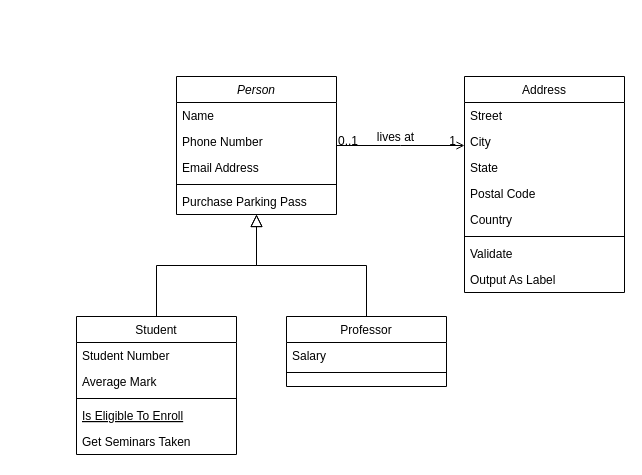
Earlier version of the draw.io diagram Untitled Diagram.drawio (Kmyasin5/Task-App). Source tidied: cells renumbered, new cells numbered last; positions are measured from the earlier drawing's top-left corner, leaving out a move shared by most shapes. Both pictures are drawn from the tidied source at 100%, with x=0, y=0 at pixel (76, 76).
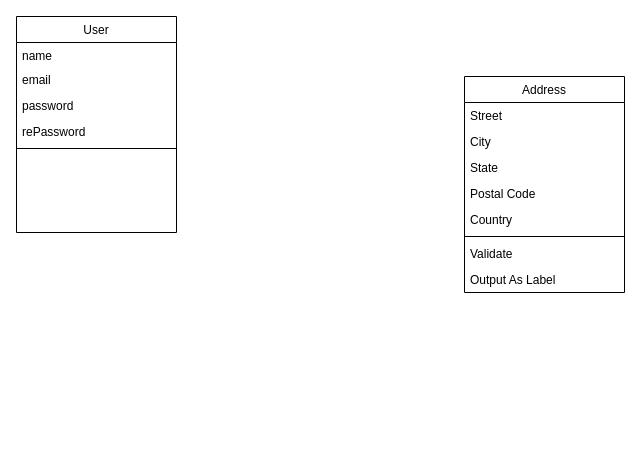
The same page after the edit.

Unchanged cells that the change refers to:
```xml
<mxCell id="19" value="Address" style="swimlane;fontStyle=0;align=center;verticalAlign=top;horizontal=1;startSize=26;rounded=0;shadow=0;strokeWidth=1;" parent="1" vertex="1">
  <mxGeometry x="388" width="160" height="216" as="geometry" />
</mxCell>
```

The edit, as a diff of the source:
```diff
@@
-    <mxCell id="2" value="Person" style="swimlane;fontStyle=2;align=center;verticalAlign=top;horizontal=1;startSize=26;rounded=0;shadow=0;strokeWidth=1;" parent="1" vertex="1">
-      <mxGeometry x="100" width="160" height="138" as="geometry" />
-    </mxCell>
-    <mxCell id="3" value="Name" style="text;align=left;verticalAlign=top;spacingLeft=4;spacingRight=4;overflow=hidden;" parent="2" vertex="1">
-      <mxGeometry y="26" width="160" height="26" as="geometry" />
-    </mxCell>
-    <mxCell id="4" value="Phone Number" style="text;align=left;verticalAlign=top;spacingLeft=4;spacingRight=4;overflow=hidden;rounded=0;shadow=0;html=0;" parent="2" vertex="1">
-      <mxGeometry y="52" width="160" height="26" as="geometry" />
-    </mxCell>
-    <mxCell id="5" value="Email Address" style="text;align=left;verticalAlign=top;spacingLeft=4;spacingRight=4;overflow=hidden;rounded=0;shadow=0;html=0;" parent="2" vertex="1">
-      <mxGeometry y="78" width="160" height="26" as="geometry" />
-    </mxCell>
-    <mxCell id="6" style="line;html=1;strokeWidth=1;align=left;verticalAlign=middle;spacingTop=-1;spacingLeft=3;spacingRight=3;labelPosition=right;" parent="2" vertex="1">
-      <mxGeometry y="104" width="160" height="8" as="geometry" />
-    </mxCell>
-    <mxCell id="7" value="Purchase Parking Pass" style="text;align=left;verticalAlign=top;spacingLeft=4;spacingRight=4;overflow=hidden;" parent="2" vertex="1">
-      <mxGeometry y="112" width="160" height="26" as="geometry" />
-    </mxCell>
-    <mxCell id="8" value="Student" style="swimlane;fontStyle=0;align=center;verticalAlign=top;horizontal=1;startSize=26;rounded=0;shadow=0;strokeWidth=1;" parent="1" vertex="1">
-      <mxGeometry y="240" width="160" height="138" as="geometry" />
-    </mxCell>
-    <mxCell id="9" value="Student Number" style="text;align=left;verticalAlign=top;spacingLeft=4;spacingRight=4;overflow=hidden;" parent="8" vertex="1">
-      <mxGeometry y="26" width="160" height="26" as="geometry" />
-    </mxCell>
-    <mxCell id="10" value="Average Mark" style="text;align=left;verticalAlign=top;spacingLeft=4;spacingRight=4;overflow=hidden;rounded=0;shadow=0;html=0;" parent="8" vertex="1">
-      <mxGeometry y="52" width="160" height="26" as="geometry" />
-    </mxCell>
-    <mxCell id="11" style="line;html=1;strokeWidth=1;align=left;verticalAlign=middle;spacingTop=-1;spacingLeft=3;spacingRight=3;labelPosition=right;" parent="8" vertex="1">
-      <mxGeometry y="78" width="160" height="8" as="geometry" />
-    </mxCell>
-    <mxCell id="12" value="Is Eligible To Enroll" style="text;align=left;verticalAlign=top;spacingLeft=4;spacingRight=4;overflow=hidden;fontStyle=4;" parent="8" vertex="1">
-      <mxGeometry y="86" width="160" height="26" as="geometry" />
-    </mxCell>
-    <mxCell id="13" value="Get Seminars Taken" style="text;align=left;verticalAlign=top;spacingLeft=4;spacingRight=4;overflow=hidden;" parent="8" vertex="1">
-      <mxGeometry y="112" width="160" height="26" as="geometry" />
-    </mxCell>
-    <mxCell id="14" style="endArrow=block;endSize=10;endFill=0;shadow=0;strokeWidth=1;rounded=0;edgeStyle=elbowEdgeStyle;elbow=vertical;" parent="1" edge="1" source="8" target="2">
-      <mxGeometry relative="1" as="geometry" />
-    </mxCell>
-    <mxCell id="15" value="Professor" style="swimlane;fontStyle=0;align=center;verticalAlign=top;horizontal=1;startSize=26;rounded=0;shadow=0;strokeWidth=1;" parent="1" vertex="1">
-      <mxGeometry x="210" y="240" width="160" height="70" as="geometry" />
-    </mxCell>
-    <mxCell id="16" value="Salary" style="text;align=left;verticalAlign=top;spacingLeft=4;spacingRight=4;overflow=hidden;" parent="15" vertex="1">
-      <mxGeometry y="26" width="160" height="26" as="geometry" />
-    </mxCell>
-    <mxCell id="17" style="line;html=1;strokeWidth=1;align=left;verticalAlign=middle;spacingTop=-1;spacingLeft=3;spacingRight=3;labelPosition=right;" parent="15" vertex="1">
-      <mxGeometry y="52" width="160" height="8" as="geometry" />
-    </mxCell>
-    <mxCell id="18" style="endArrow=block;endSize=10;endFill=0;shadow=0;strokeWidth=1;rounded=0;edgeStyle=elbowEdgeStyle;elbow=vertical;" parent="1" edge="1" source="15" target="2">
-      <mxGeometry relative="1" as="geometry" />
-    </mxCell>
@@
-    <mxCell id="28" style="endArrow=open;shadow=0;strokeWidth=1;rounded=0;endFill=1;edgeStyle=elbowEdgeStyle;elbow=vertical;" parent="1" edge="1" source="2" target="19">
-      <mxGeometry x="0.5" y="41" relative="1" as="geometry">
-        <mxPoint x="-40" y="32" as="offset" />
-      </mxGeometry>
-    </mxCell>
-    <mxCell id="29" value="0..1" style="align=left;verticalAlign=bottom;labelBackgroundColor=none;fontSize=12;" parent="28" vertex="1">
-      <mxGeometry x="-1" relative="1" as="geometry">
-        <mxPoint y="4" as="offset" />
-      </mxGeometry>
-    </mxCell>
-    <mxCell id="30" value="1" style="align=right;verticalAlign=bottom;labelBackgroundColor=none;fontSize=12;" parent="28" vertex="1">
-      <mxGeometry x="1" relative="1" as="geometry">
-        <mxPoint x="-7" y="4" as="offset" />
-      </mxGeometry>
-    </mxCell>
-    <mxCell id="31" value="lives at" style="text;html=1;align=center;verticalAlign=middle;labelBackgroundColor=none;rounded=0;shadow=0;strokeWidth=1;fontSize=12;" parent="28" vertex="1">
-      <mxGeometry x="0.5" y="49" relative="1" as="geometry">
-        <mxPoint x="-38" y="40" as="offset" />
-      </mxGeometry>
-    </mxCell>
+    <mxCell id="32" value="User" style="swimlane;fontStyle=0;align=center;verticalAlign=top;horizontal=1;startSize=26;rounded=0;shadow=0;strokeWidth=1;" parent="1" vertex="1">
+      <mxGeometry x="-60" y="-60" width="160" height="216" as="geometry" />
+    </mxCell>
+    <mxCell id="33" value="name    &#10;&#10;" style="text;align=left;verticalAlign=top;spacingLeft=4;spacingRight=4;overflow=hidden;" parent="32" vertex="1">
+      <mxGeometry y="26" width="160" height="24" as="geometry" />
+    </mxCell>
+    <mxCell id="34" value="email" style="text;align=left;verticalAlign=top;spacingLeft=4;spacingRight=4;overflow=hidden;rounded=0;shadow=0;html=0;" parent="32" vertex="1">
+      <mxGeometry y="50" width="160" height="26" as="geometry" />
+    </mxCell>
+    <mxCell id="35" value="password" style="text;align=left;verticalAlign=top;spacingLeft=4;spacingRight=4;overflow=hidden;rounded=0;shadow=0;html=0;" parent="32" vertex="1">
+      <mxGeometry y="76" width="160" height="26" as="geometry" />
+    </mxCell>
+    <mxCell id="36" value="rePassword" style="text;align=left;verticalAlign=top;spacingLeft=4;spacingRight=4;overflow=hidden;rounded=0;shadow=0;html=0;" parent="32" vertex="1">
+      <mxGeometry y="102" width="160" height="26" as="geometry" />
+    </mxCell>
+    <mxCell id="37" style="line;html=1;strokeWidth=1;align=left;verticalAlign=middle;spacingTop=-1;spacingLeft=3;spacingRight=3;labelPosition=right;" parent="32" vertex="1">
+      <mxGeometry y="128" width="160" height="8" as="geometry" />
+    </mxCell>
```
